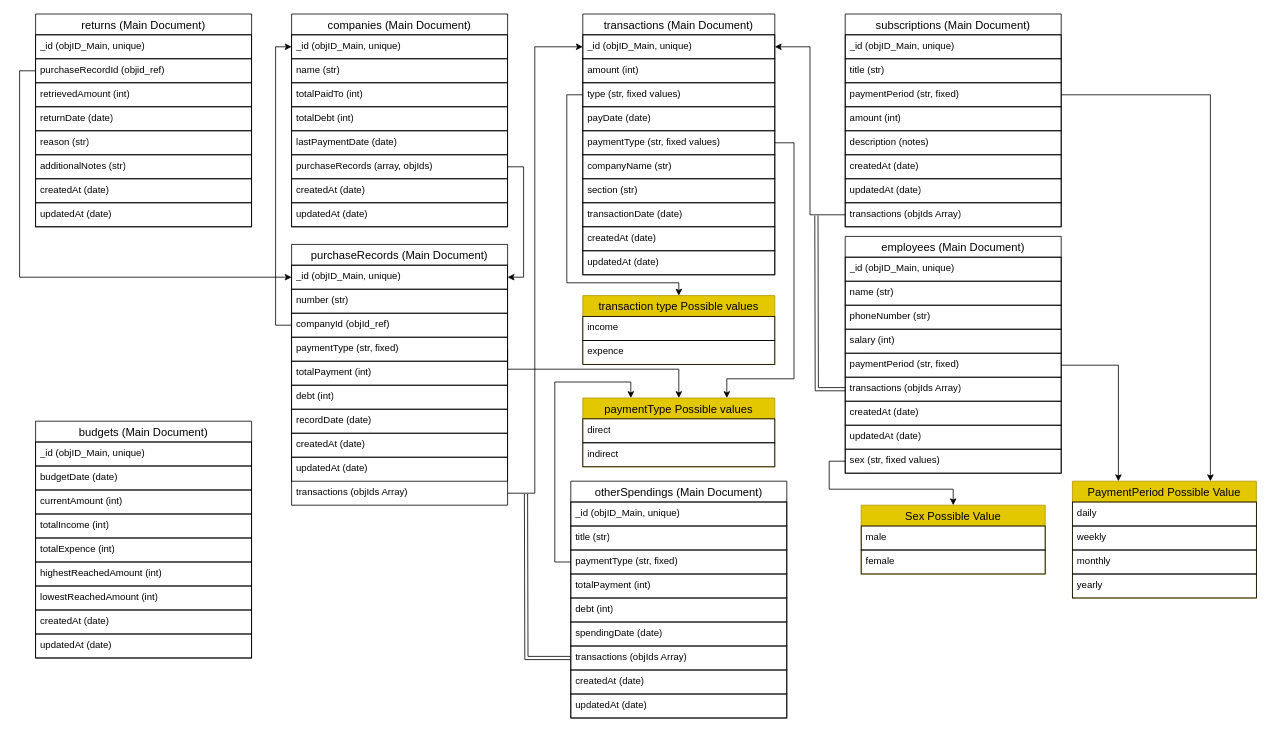
alifaisal101/shop-finances-manager keeps this draw.io diagram as docs/db.design.drawio. Above is the earlier version. Source tidied: cells renumbered, new cells numbered last; positions are measured from the earlier drawing's top-left corner, leaving out a move shared by most shapes. Both pictures are drawn from the tidied source at 80%, with x=0, y=0 at pixel (35, 14).
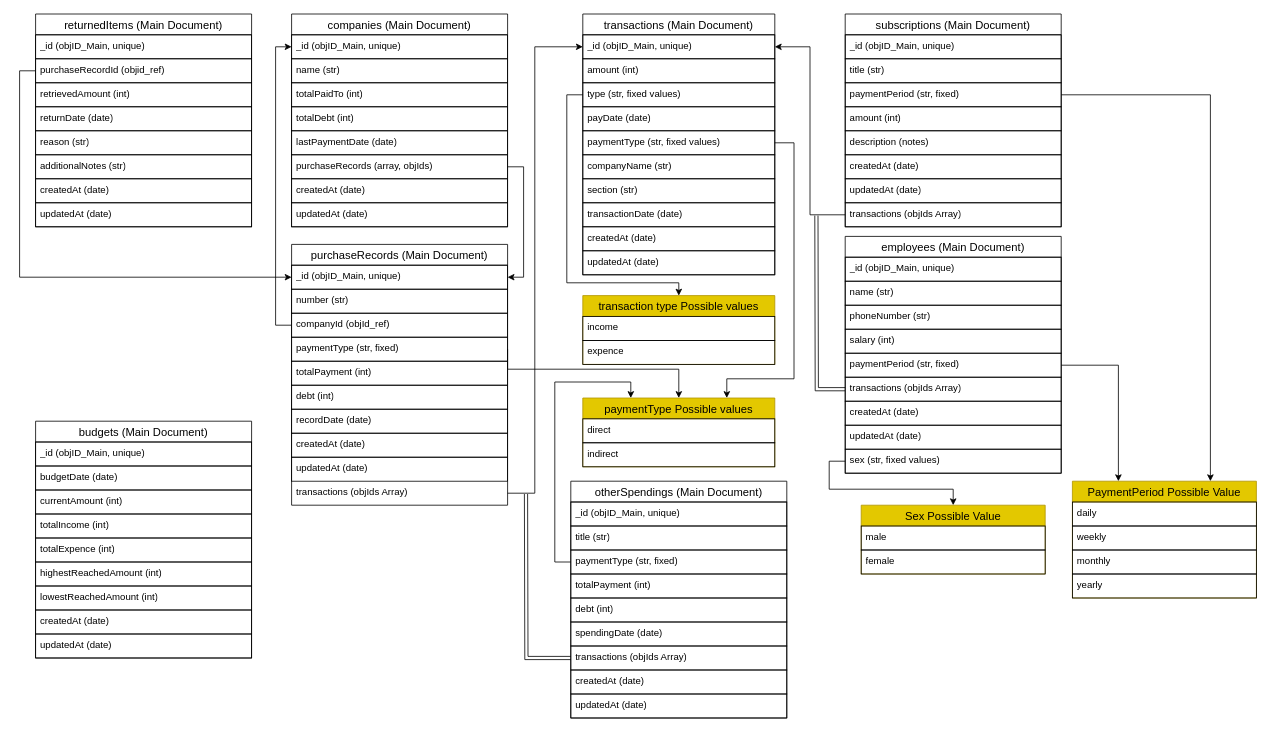
After the change.

Change to the diagram source:
```diff
@@
-    <mxCell id="24" value="returns (Main Document)" style="swimlane;fontStyle=0;horizontal=1;startSize=26;align=center;fontSize=14;" parent="1" vertex="1">
+    <mxCell id="24" value="returnedItems (Main Document)" style="swimlane;fontStyle=0;horizontal=1;startSize=26;align=center;fontSize=14;" parent="1" vertex="1">
       <mxGeometry width="270" height="266" as="geometry" />
     </mxCell>
```
